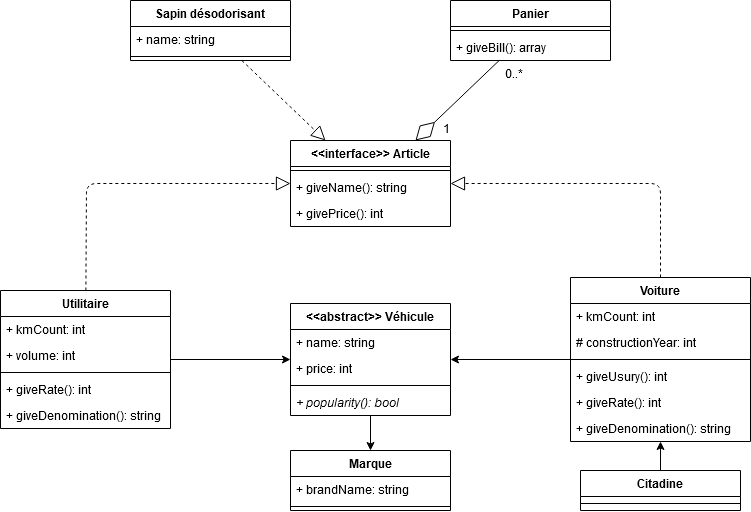
This is docs/Concessionnaire.png from NastiiB/garage, a draw.io export, as it was before one commit. Source tidied: cells renumbered, new cells last; positions are measured from the earlier drawing's top-left corner, leaving out a move shared by most shapes.
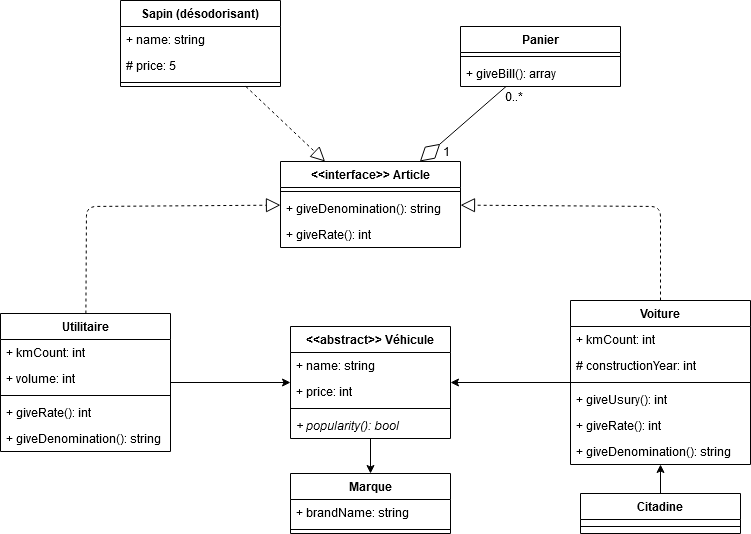
The same file after the commit.

Change to the diagram source:
```diff
@@ -3,16 +3,16 @@
     <mxCell id="0" />
     <mxCell id="1" parent="0" />
     <mxCell id="2" value="&lt;&lt;interface&gt;&gt; Article" style="swimlane;fontStyle=1;align=center;verticalAlign=top;horizontal=1;startSize=26;" parent="1" vertex="1">
-      <mxGeometry x="290" y="140" width="160" height="86" as="geometry" />
+      <mxGeometry x="280" y="138" width="180" height="86" as="geometry" />
     </mxCell>
     <mxCell id="3" style="line;strokeWidth=1;fillColor=none;align=left;verticalAlign=middle;spacingTop=-1;spacingLeft=3;spacingRight=3;labelPosition=right;" parent="2" vertex="1">
-      <mxGeometry y="26" width="160" height="8" as="geometry" />
+      <mxGeometry y="26" width="180" height="8" as="geometry" />
     </mxCell>
-    <mxCell id="4" value="+ giveName(): string" style="text;strokeColor=none;fillColor=none;align=left;verticalAlign=top;spacingLeft=4;spacingRight=4;overflow=hidden;" parent="2" vertex="1">
-      <mxGeometry y="34" width="160" height="26" as="geometry" />
+    <mxCell id="4" value="+ giveDenomination(): string" style="text;strokeColor=none;fillColor=none;align=left;verticalAlign=top;spacingLeft=4;spacingRight=4;overflow=hidden;" parent="2" vertex="1">
+      <mxGeometry y="34" width="180" height="26" as="geometry" />
     </mxCell>
-    <mxCell id="5" value="+ givePrice(): int" style="text;strokeColor=none;fillColor=none;align=left;verticalAlign=top;spacingLeft=4;spacingRight=4;overflow=hidden;" parent="2" vertex="1">
-      <mxGeometry y="60" width="160" height="26" as="geometry" />
+    <mxCell id="5" value="+ giveRate(): int" style="text;strokeColor=none;fillColor=none;align=left;verticalAlign=top;spacingLeft=4;spacingRight=4;overflow=hidden;" parent="2" vertex="1">
+      <mxGeometry y="60" width="180" height="26" as="geometry" />
     </mxCell>
     <mxCell id="6" value="Marque" style="swimlane;fontStyle=1;align=center;verticalAlign=top;horizontal=1;startSize=26;" parent="1" vertex="1">
       <mxGeometry x="290" y="450" width="160" height="60" as="geometry" />
@@ -109,20 +109,23 @@
         </Array>
       </mxGeometry>
     </mxCell>
-    <mxCell id="35" value="Sapin désodorisant" style="swimlane;fontStyle=1;align=center;verticalAlign=top;horizontal=1;startSize=26;fontColor=none;" parent="1" vertex="1">
-      <mxGeometry x="130" width="160" height="60" as="geometry" />
+    <mxCell id="35" value="Sapin (désodorisant)" style="swimlane;fontStyle=1;align=center;verticalAlign=top;horizontal=1;startSize=26;fontColor=none;" parent="1" vertex="1">
+      <mxGeometry x="120" y="-23" width="160" height="86" as="geometry" />
     </mxCell>
     <mxCell id="36" value="+ name: string" style="text;strokeColor=none;fillColor=none;align=left;verticalAlign=top;spacingLeft=4;spacingRight=4;overflow=hidden;" parent="35" vertex="1">
       <mxGeometry y="26" width="160" height="26" as="geometry" />
     </mxCell>
+    <mxCell id="45" value="# price: 5" style="text;strokeColor=none;fillColor=none;align=left;verticalAlign=top;spacingLeft=4;spacingRight=4;overflow=hidden;" parent="35" vertex="1">
+      <mxGeometry y="52" width="160" height="26" as="geometry" />
+    </mxCell>
     <mxCell id="37" style="line;strokeWidth=1;fillColor=none;align=left;verticalAlign=middle;spacingTop=-1;spacingLeft=3;spacingRight=3;labelPosition=right;" parent="35" vertex="1">
-      <mxGeometry y="52" width="160" height="8" as="geometry" />
+      <mxGeometry y="78" width="160" height="8" as="geometry" />
     </mxCell>
     <mxCell id="38" style="endArrow=block;dashed=1;endFill=0;endSize=12;html=1;fontColor=none;" parent="1" edge="1" source="35" target="2">
       <mxGeometry relative="1" as="geometry" />
     </mxCell>
     <mxCell id="39" value="Panier" style="swimlane;fontStyle=1;align=center;verticalAlign=top;horizontal=1;startSize=26;fontColor=none;" parent="1" vertex="1">
-      <mxGeometry x="450" width="160" height="60" as="geometry" />
+      <mxGeometry x="460" y="3" width="160" height="60" as="geometry" />
     </mxCell>
     <mxCell id="40" style="line;strokeWidth=1;fillColor=none;align=left;verticalAlign=middle;spacingTop=-1;spacingLeft=3;spacingRight=3;labelPosition=right;" parent="39" vertex="1">
       <mxGeometry y="26" width="160" height="8" as="geometry" />
```
